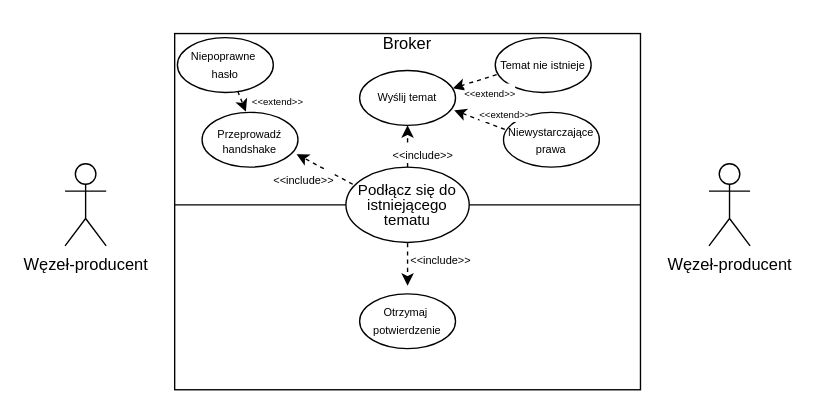
pastor356/inz keeps this draw.io diagram as page "connect-to-existing" (2 of 6) of przypadki-uzycia/use-cases.drawio. Above is the earlier version. Source tidied: cells renumbered, new cells numbered last; positions are measured from the earlier drawing's top-left corner, leaving out a move shared by most shapes. Both pictures are drawn from the tidied source at 137%, with x=0, y=0 at pixel (64, 23).
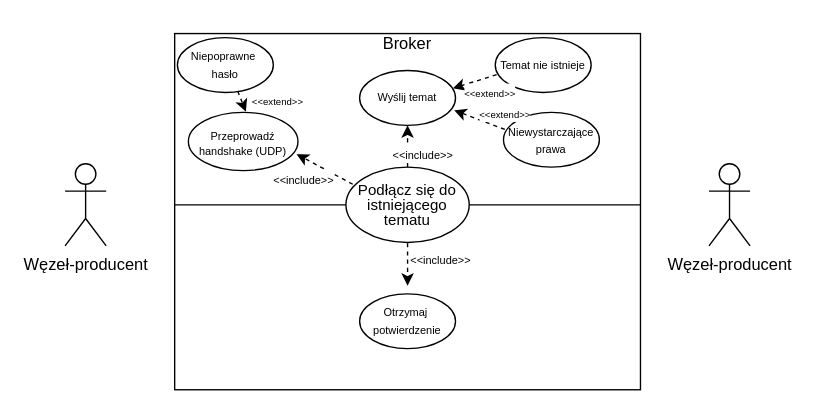
Above is the later version.

Diff of the diagram source:
```diff
@@
-    <mxCell id="9" value="&lt;div style=&quot;line-height: 90%;&quot;&gt;&lt;font style=&quot;font-size: 8px; line-height: 90%;&quot;&gt;Przeprowadź&lt;/font&gt;&lt;div&gt;&lt;font style=&quot;font-size: 8px; line-height: 90%;&quot;&gt;handshake&lt;/font&gt;&lt;/div&gt;&lt;/div&gt;" style="ellipse;whiteSpace=wrap;html=1;" parent="1" vertex="1">
-      <mxGeometry x="100" y="64.5" width="70" height="40" as="geometry" />
+    <mxCell id="9" value="&lt;div style=&quot;line-height: 90%;&quot;&gt;&lt;font style=&quot;font-size: 8px; line-height: 90%;&quot;&gt;Przeprowadź&lt;/font&gt;&lt;div&gt;&lt;font style=&quot;font-size: 8px; line-height: 90%;&quot;&gt;handshake (UDP)&lt;/font&gt;&lt;/div&gt;&lt;/div&gt;" style="ellipse;whiteSpace=wrap;html=1;" parent="1" vertex="1">
+      <mxGeometry x="90" y="64.5" width="80" height="42.5" as="geometry" />
     </mxCell>
```
